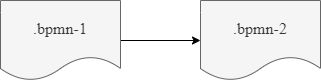
Above: modules/registry-develop/images/bp-modeling/bp/subprocesses/call-activities/call-activity-separate-bpmn.png in epam/edp-ddm-architecture (draw.io), before the change. Source tidied: cells renumbered, new cells last; positions are measured from the earlier drawing's top-left corner, leaving out a move shared by most shapes.
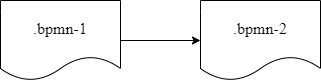
After the commit.

Change to the diagram source:
```diff
@@ -5,10 +5,10 @@
     <mxCell id="2" style="edgeStyle=orthogonalEdgeStyle;rounded=0;jettySize=auto;html=1;fontFamily=Times New Roman;fontSize=16;" parent="1" edge="1" source="3" target="4">
       <mxGeometry relative="1" as="geometry" />
     </mxCell>
-    <mxCell id="3" value="&lt;font face=&quot;Times New Roman&quot; style=&quot;font-size: 16px&quot;&gt;.bpmn-1&lt;/font&gt;" style="shape=document;whiteSpace=wrap;html=1;boundedLbl=1;fillColor=#f5f5f5;fontColor=#333333;strokeColor=#666666;" parent="1" vertex="1">
+    <mxCell id="3" value="&lt;font face=&quot;Times New Roman&quot; style=&quot;font-size: 16px&quot;&gt;.bpmn-1&lt;/font&gt;" style="shape=document;whiteSpace=wrap;html=1;boundedLbl=1;" parent="1" vertex="1">
       <mxGeometry width="120" height="80" as="geometry" />
     </mxCell>
-    <mxCell id="4" value="&lt;font face=&quot;Times New Roman&quot; style=&quot;font-size: 16px&quot;&gt;.bpmn-2&lt;/font&gt;" style="shape=document;whiteSpace=wrap;html=1;boundedLbl=1;fillColor=#f5f5f5;fontColor=#333333;strokeColor=#666666;" parent="1" vertex="1">
+    <mxCell id="4" value="&lt;font face=&quot;Times New Roman&quot; style=&quot;font-size: 16px&quot;&gt;.bpmn-2&lt;/font&gt;" style="shape=document;whiteSpace=wrap;html=1;boundedLbl=1;" parent="1" vertex="1">
       <mxGeometry x="200" width="120" height="80" as="geometry" />
     </mxCell>
   </root>
```
